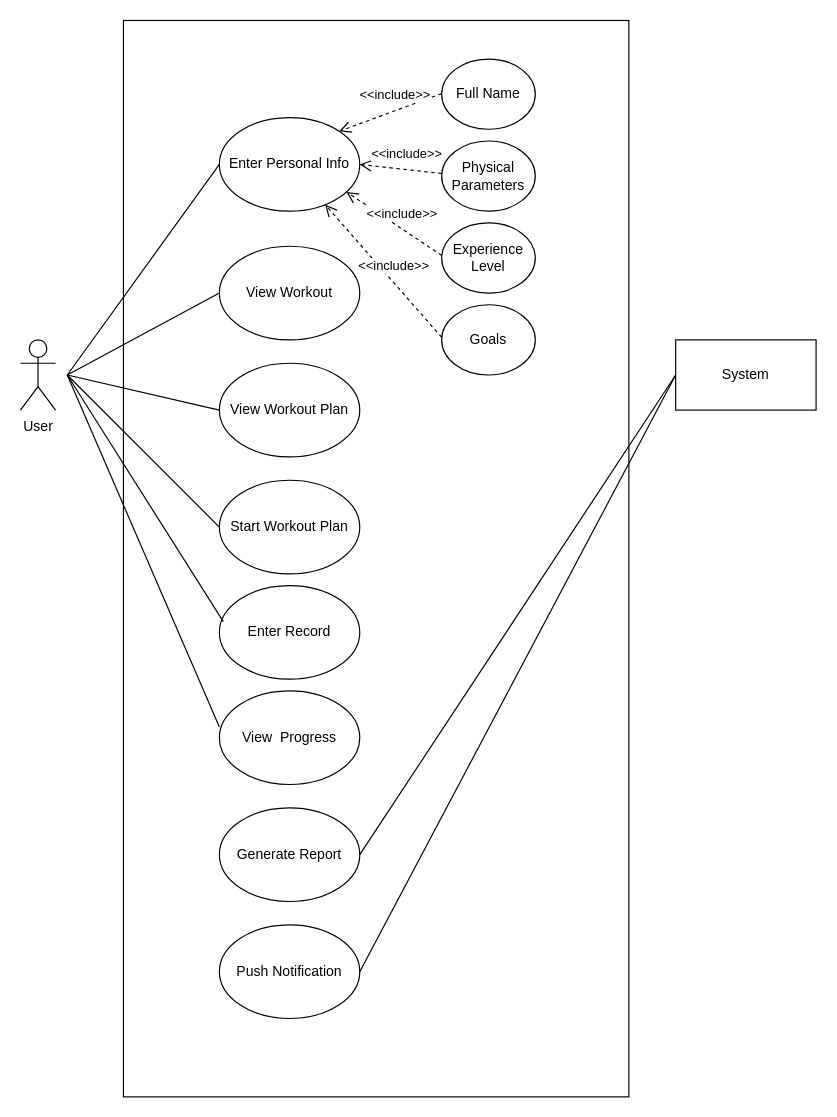
Earlier version of the draw.io diagram diagrams/FITT_USD.drawio (bibashmgr/fitt_docs). Source tidied: cells renumbered, new cells numbered last; positions are measured from the earlier drawing's top-left corner, leaving out a move shared by most shapes. Both pictures are drawn from the tidied source at 117%, with x=0, y=0 at pixel (20, 20).
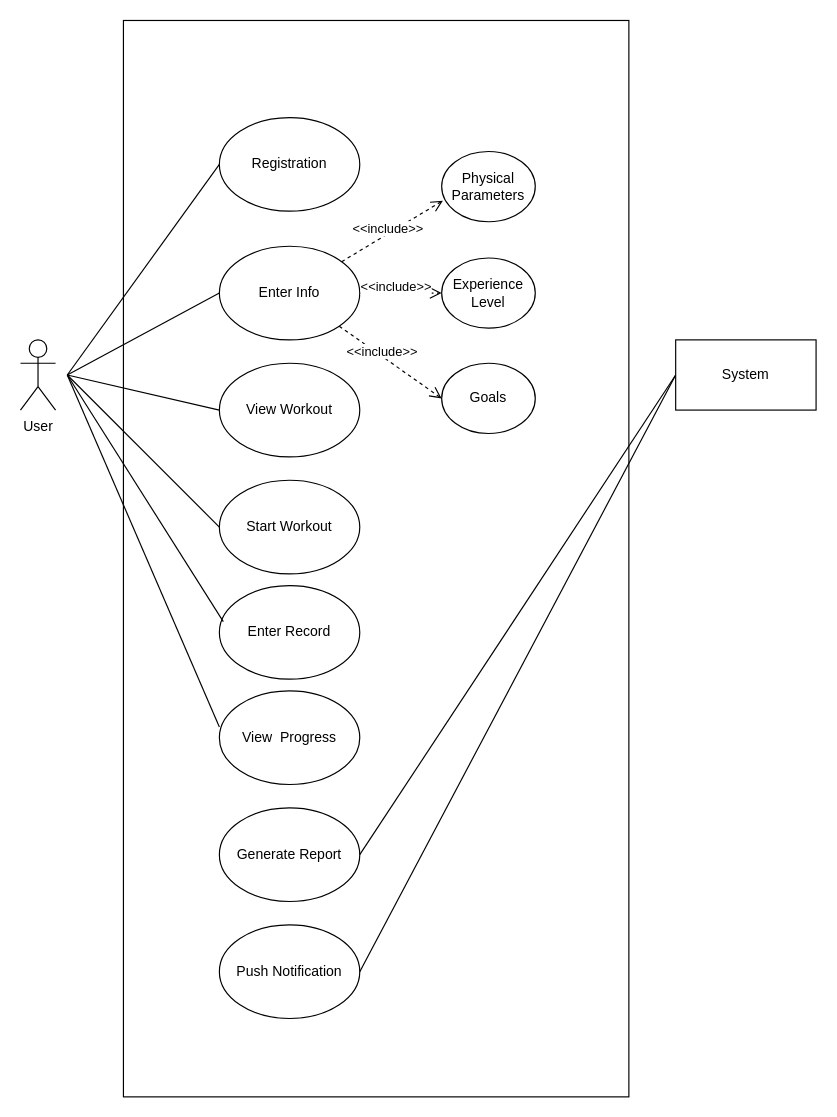
The same page after the edit.

Diff of the diagram source:
```diff
@@
-    <mxCell id="4" value="Enter Personal Info" style="ellipse;whiteSpace=wrap;html=1;" parent="1" vertex="1">
+    <mxCell id="4" value="Registration" style="ellipse;whiteSpace=wrap;html=1;" parent="1" vertex="1">
       <mxGeometry x="170" y="83" width="120" height="80" as="geometry" />
     </mxCell>
-    <mxCell id="5" value="View Workout" style="ellipse;whiteSpace=wrap;html=1;" parent="1" vertex="1">
+    <mxCell id="5" value="Enter Info" style="ellipse;whiteSpace=wrap;html=1;" parent="1" vertex="1">
       <mxGeometry x="170" y="193" width="120" height="80" as="geometry" />
     </mxCell>
-    <mxCell id="6" value="View Workout Plan" style="ellipse;whiteSpace=wrap;html=1;" parent="1" vertex="1">
+    <mxCell id="6" value="View Workout" style="ellipse;whiteSpace=wrap;html=1;" parent="1" vertex="1">
       <mxGeometry x="170" y="293" width="120" height="80" as="geometry" />
     </mxCell>
@@
-    <mxCell id="9" value="Start Workout Plan" style="ellipse;whiteSpace=wrap;html=1;" parent="1" vertex="1">
+    <mxCell id="9" value="Start Workout" style="ellipse;whiteSpace=wrap;html=1;" parent="1" vertex="1">
       <mxGeometry x="170" y="393" width="120" height="80" as="geometry" />
     </mxCell>
-    <mxCell id="10" value="Full Name" style="ellipse;whiteSpace=wrap;html=1;" parent="1" vertex="1">
-      <mxGeometry x="360" y="33" width="80" height="60" as="geometry" />
-    </mxCell>
     <mxCell id="11" value="Physical Parameters" style="ellipse;whiteSpace=wrap;html=1;" parent="1" vertex="1">
-      <mxGeometry x="360" y="103" width="80" height="60" as="geometry" />
+      <mxGeometry x="360" y="112" width="80" height="60" as="geometry" />
     </mxCell>
     <mxCell id="12" value="Experience Level" style="ellipse;whiteSpace=wrap;html=1;" parent="1" vertex="1">
-      <mxGeometry x="360" y="173" width="80" height="60" as="geometry" />
+      <mxGeometry x="360" y="203" width="80" height="60" as="geometry" />
     </mxCell>
     <mxCell id="13" value="Goals" style="ellipse;whiteSpace=wrap;html=1;" parent="1" vertex="1">
-      <mxGeometry x="360" y="243" width="80" height="60" as="geometry" />
+      <mxGeometry x="360" y="293" width="80" height="60" as="geometry" />
     </mxCell>
-    <mxCell id="14" value="&amp;lt;&amp;lt;include&amp;gt;&amp;gt;" style="html=1;verticalAlign=bottom;endArrow=open;dashed=1;endSize=8;rounded=0;entryX=1;entryY=0;entryDx=0;entryDy=0;" parent="1" edge="1" target="4">
-      <mxGeometry x="-0.12" y="-4" relative="1" as="geometry">
-        <mxPoint x="360" y="62.5" as="sourcePoint" />
-      </mxGeometry>
-    </mxCell>
-    <mxCell id="15" value="&amp;lt;&amp;lt;include&amp;gt;&amp;gt;" style="html=1;verticalAlign=bottom;endArrow=open;dashed=1;endSize=8;rounded=0;entryX=1;entryY=0.5;entryDx=0;entryDy=0;" parent="1" edge="1" target="4">
-      <mxGeometry x="-0.12" y="-4" relative="1" as="geometry">
-        <mxPoint x="360" y="130.8" as="sourcePoint" />
-      </mxGeometry>
+    <mxCell id="15" value="&amp;lt;&amp;lt;include&amp;gt;&amp;gt;" style="html=1;verticalAlign=bottom;endArrow=open;dashed=1;endSize=8;rounded=0;entryX=0.013;entryY=0.7;entryDx=0;entryDy=0;entryPerimeter=0;" parent="1" edge="1" source="5" target="11">
+      <mxGeometry x="-0.12" y="-4" relative="1" as="geometry" />
     </mxCell>
-    <mxCell id="16" value="&amp;lt;&amp;lt;include&amp;gt;&amp;gt;" style="html=1;verticalAlign=bottom;endArrow=open;dashed=1;endSize=8;rounded=0;entryX=0.905;entryY=0.794;entryDx=0;entryDy=0;entryPerimeter=0;" parent="1" edge="1" target="4">
-      <mxGeometry x="-0.12" y="-4" relative="1" as="geometry">
-        <mxPoint x="360" y="200.8" as="sourcePoint" />
-      </mxGeometry>
+    <mxCell id="16" value="&amp;lt;&amp;lt;include&amp;gt;&amp;gt;" style="html=1;verticalAlign=bottom;endArrow=open;dashed=1;endSize=8;rounded=0;entryX=0;entryY=0.5;entryDx=0;entryDy=0;" parent="1" edge="1" source="5" target="12">
+      <mxGeometry x="-0.12" y="-4" relative="1" as="geometry" />
     </mxCell>
-    <mxCell id="17" value="&amp;lt;&amp;lt;include&amp;gt;&amp;gt;" style="html=1;verticalAlign=bottom;endArrow=open;dashed=1;endSize=8;rounded=0;" parent="1" edge="1" target="4">
-      <mxGeometry x="-0.12" y="-4" relative="1" as="geometry">
-        <mxPoint x="360" y="270.8" as="sourcePoint" />
-      </mxGeometry>
+    <mxCell id="17" value="&amp;lt;&amp;lt;include&amp;gt;&amp;gt;" style="html=1;verticalAlign=bottom;endArrow=open;dashed=1;endSize=8;rounded=0;entryX=0;entryY=0.5;entryDx=0;entryDy=0;exitX=1;exitY=1;exitDx=0;exitDy=0;" parent="1" edge="1" source="5" target="13">
+      <mxGeometry x="-0.12" y="-4" relative="1" as="geometry" />
     </mxCell>
```
